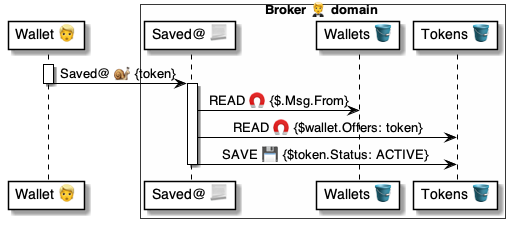
pollyweb-org/pollyweb-docs keeps this PlantUML diagram as 4 ⚙️ Solution/20 🧑‍🦰 UI/Brokers 🤵/🤵🅰️ Broker methods/Tokens 🎫 Saved 🧑‍🦰🐌🤵/🤵 Saved ⚙️ uml.png. Above is the earlier version. Its source is kept beside it as 4 ⚙️ Solution/20 🧑‍🦰 UI/Brokers 🤵/🤵🅰️ Broker methods/Tokens 🎫 Saved 🧑‍🦰🐌🤵/🤵 Saved ⚙️ uml.puml.
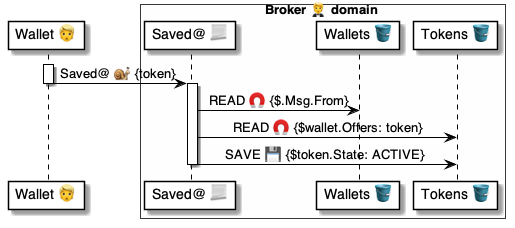
The same file after the commit.

Diff of the diagram source:
```diff
@@ -16,7 +16,7 @@
 activate broker
     broker -> wallets: READ 🧲 {$.Msg.From}
     broker -> tokens: READ 🧲 {$wallet.Offers: token}
-    broker -> tokens: SAVE 💾 {$token.Status: ACTIVE}
+    broker -> tokens: SAVE 💾 {$token.State: ACTIVE}
 deactivate broker
 
 
```
